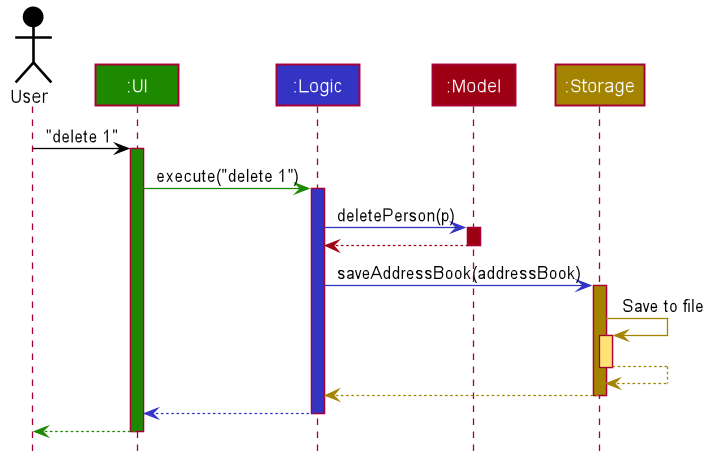
Above: docs/images/ArchitectureSequenceDiagram.png in nus-cs2103-AY2223S1/tp (PlantUML), before the change.
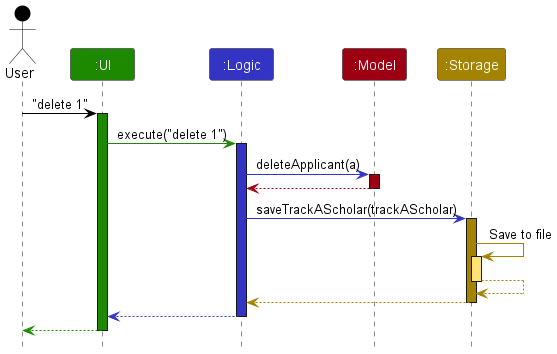
Later version of the same file.

Change to the diagram source:
```diff
@@ -1,85 +1,38 @@
 @startuml
+!include style.puml
 
+Actor User as user USER_COLOR
+Participant ":UI" as ui UI_COLOR
+Participant ":Logic" as logic LOGIC_COLOR
+Participant ":Model" as model MODEL_COLOR
+Participant ":Storage" as storage STORAGE_COLOR
 
+user -[USER_COLOR]> ui : "delete 1"
+activate ui UI_COLOR
 
+ui -[UI_COLOR]> logic : execute("delete 1")
+activate logic LOGIC_COLOR
 
+logic -[LOGIC_COLOR]> model : deleteApplicant(a)
+activate model MODEL_COLOR
 
-
-
-
-skinparam BackgroundColor #FFFFFFF
-
-skinparam Shadowing false
-
-skinparam Class {
-    FontColor #FFFFFF
-    BorderThickness 1
-    BorderColor #FFFFFF
-    StereotypeFontColor #FFFFFF
-    FontName Arial
-}
-
-skinparam Actor {
-    BorderColor #000000
-    Color #000000
-    FontName Arial
-}
-
-skinparam Sequence {
-    MessageAlign center
-    BoxFontSize 15
-    BoxPadding 0
-    BoxFontColor #FFFFFF
-    FontName Arial
-}
-
-skinparam Participant {
-    FontColor #FFFFFFF
-    Padding 20
-}
-
-skinparam MinClassWidth 50
-skinparam ParticipantPadding 10
-skinparam Shadowing false
-skinparam DefaultTextAlignment center
-skinparam packageStyle Rectangle
-
-hide footbox
-hide members
-hide circle
-
-Actor User as user #000000
-Participant ":UI" as ui #1D8900
-Participant ":Logic" as logic #3333C4
-Participant ":Model" as model #9D0012
-Participant ":Storage" as storage #A38300
-
-user -[#000000]> ui : "delete 1"
-activate ui #1D8900
-
-ui -[#1D8900]> logic : execute("delete 1")
-activate logic #3333C4
-
-logic -[#3333C4]> model : deletePerson(p)
-activate model #9D0012
-
-model -[#9D0012]-> logic
+model -[MODEL_COLOR]-> logic
 deactivate model
 
-logic -[#3333C4]> storage : saveAddressBook(addressBook)
-activate storage #A38300
+logic -[LOGIC_COLOR]> storage : saveTrackAScholar(trackAScholar)
+activate storage STORAGE_COLOR
 
-storage -[#A38300]> storage : Save to file
-activate storage #FFE374
-storage --[#A38300]> storage
+storage -[STORAGE_COLOR]> storage : Save to file
+activate storage STORAGE_COLOR_T1
+storage --[STORAGE_COLOR]> storage
 deactivate storage
 
-storage --[#A38300]> logic
+storage --[STORAGE_COLOR]> logic
 deactivate storage
 
-logic --[#3333C4]> ui
+logic --[LOGIC_COLOR]> ui
 deactivate logic
 
-ui--[#1D8900]> user
+ui--[UI_COLOR]> user
 deactivate ui
 @enduml
```
